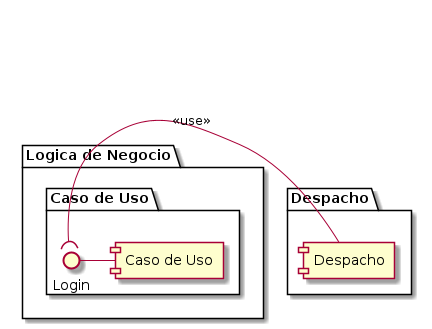
Before: diagramas/componentes/componente_despacho.png, a diagram exported from PlantUML (diegosanchez/invap-modulo-uml).
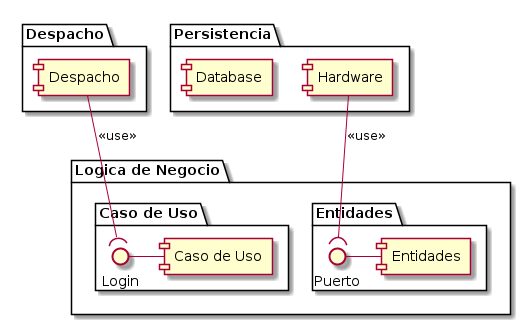
After the commit.

Commit message:
[componentes] Nuevo ejemplo "entidades"

Change to the diagram source:
```diff
@@ -1,11 +1,22 @@
 @startuml
 
 !$BussinesLogic  = "Logica de Negocio"
+!$Dispatch = "Despacho"
+
+!$Persistence  = "Persistencia"
+!$Hardware = "Hardware"
+!$DB = "Database"
+
 !$UseCases  = "Caso de Uso"
-!$Dispatch = "Despacho"
+!$Entities  = "Entidades"
 
 package $Dispatch {
         [ $Dispatch ]
+}
+
+package "$Persistence" {
+        [ $Hardware ]
+        [ $DB ]
 }
 
 package "$BussinesLogic" {
@@ -13,9 +24,17 @@
                 interface Login
                 Login - [ $UseCases ]
         }
+
+        package "$Entities" {
+                interface Puerto
+
+                Puerto - [ $Entities ]
+        }
+
+
 }
 
 
-[ $Dispatch ] -( Login: "<<use>>"
-
+[ $Dispatch ] --( Login: "<<use>>"
+[ $Hardware ] --( Puerto: "<<use>>"
 @enduml
```
